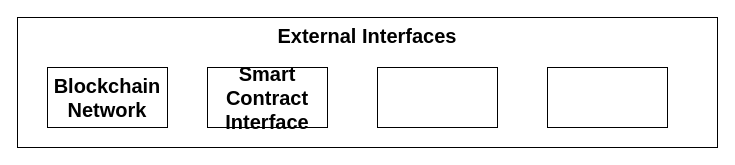
This is ML Chain 2.drawio from vinayak-k24/DrawIO, a draw.io file, before an edit. Source tidied: cells renumbered, new cells numbered last; positions are measured from the earlier drawing's top-left corner, leaving out a move shared by most shapes. Both pictures are drawn from the tidied source at 100%, with x=0, y=0 at pixel (17, 17).
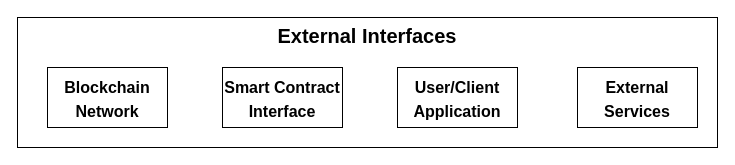
Above is the later version.

The edit, as a diff of the source:
```diff
@@
 <mxGraphModel>
   <root>
     <mxCell id="0" />
     <mxCell id="1" parent="0" />
     <mxCell id="2" value="External Interfaces" style="rounded=0;whiteSpace=wrap;html=1;fontSize=20;fontStyle=1;verticalAlign=top;" parent="1" vertex="1">
       <mxGeometry width="700" height="130" as="geometry" />
     </mxCell>
-    <mxCell id="3" value="Blockchain Network" style="rounded=0;whiteSpace=wrap;html=1;fontSize=20;fontStyle=1;" parent="1" vertex="1">
+    <mxCell id="3" value="&lt;font style=&quot;font-size: 16px;&quot;&gt;Blockchain Network&lt;/font&gt;" style="rounded=0;whiteSpace=wrap;html=1;fontSize=20;fontStyle=1;" parent="1" vertex="1">
       <mxGeometry x="30" y="50" width="120" height="60" as="geometry" />
     </mxCell>
-    <mxCell id="4" value="Smart Contract Interface" style="rounded=0;whiteSpace=wrap;html=1;fontSize=20;fontStyle=1;" parent="1" vertex="1">
-      <mxGeometry x="190" y="50" width="120" height="60" as="geometry" />
+    <mxCell id="4" value="&lt;font style=&quot;font-size: 16px;&quot;&gt;Smart Contract Interface&lt;/font&gt;" style="rounded=0;whiteSpace=wrap;html=1;fontSize=20;fontStyle=1;" parent="1" vertex="1">
+      <mxGeometry x="205" y="50" width="120" height="60" as="geometry" />
     </mxCell>
-    <mxCell id="5" style="rounded=0;whiteSpace=wrap;html=1;fontSize=20;fontStyle=1;" parent="1" vertex="1">
-      <mxGeometry x="360" y="50" width="120" height="60" as="geometry" />
+    <mxCell id="5" value="&lt;font style=&quot;font-size: 16px;&quot;&gt;User/Client Application&lt;/font&gt;" style="rounded=0;whiteSpace=wrap;html=1;fontSize=20;fontStyle=1;" parent="1" vertex="1">
+      <mxGeometry x="380" y="50" width="120" height="60" as="geometry" />
     </mxCell>
-    <mxCell id="6" style="rounded=0;whiteSpace=wrap;html=1;fontSize=20;fontStyle=1;" parent="1" vertex="1">
-      <mxGeometry x="530" y="50" width="120" height="60" as="geometry" />
+    <mxCell id="6" value="&lt;font style=&quot;font-size: 16px;&quot;&gt;External Services&lt;/font&gt;" style="rounded=0;whiteSpace=wrap;html=1;fontSize=20;fontStyle=1;" parent="1" vertex="1">
+      <mxGeometry x="560" y="50" width="120" height="60" as="geometry" />
     </mxCell>
   </root>
 </mxGraphModel>
```
